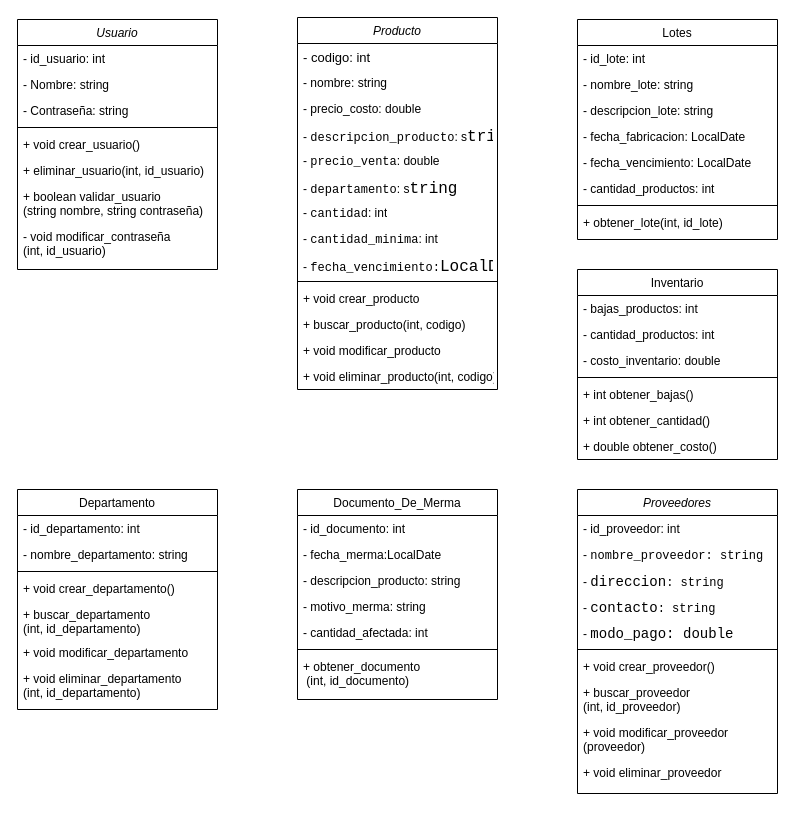
Earlier version of the draw.io diagram Diagrama de clases (Taller mecanico).drawio (JotaMont/evaluacion-validaciones-Front-End). Source tidied: cells renumbered, new cells numbered last; positions are measured from the earlier drawing's top-left corner, leaving out a move shared by most shapes. Both pictures are drawn from the tidied source at 100%, with x=0, y=0 at pixel (17, 17).
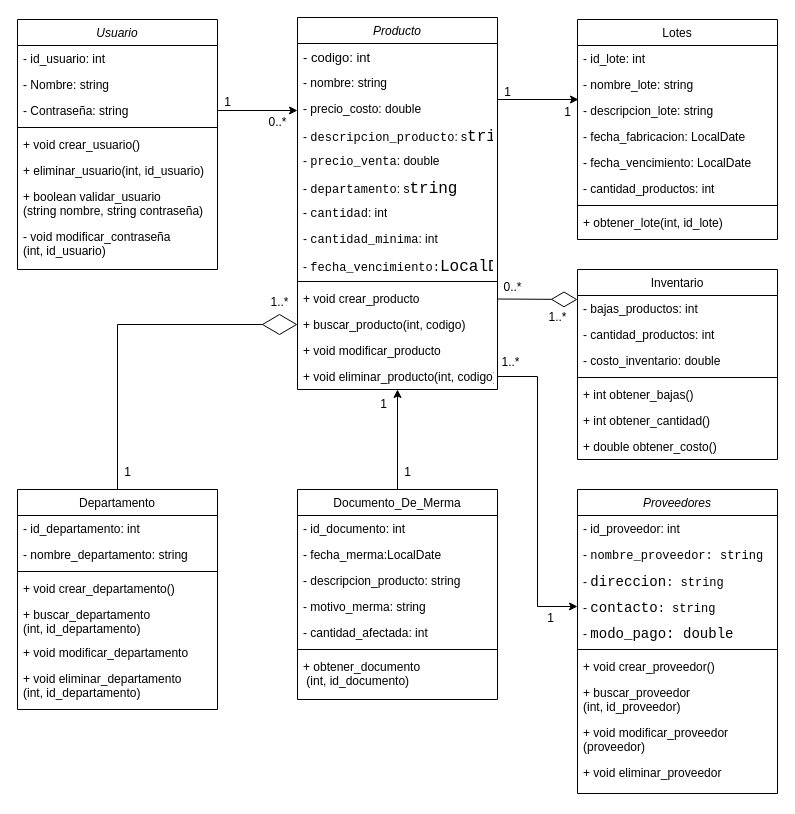
The same page after the edit.

The change refers to these unchanged cells:
```xml
<mxCell id="5" value="- Contraseña: string" style="text;align=left;verticalAlign=top;spacingLeft=4;spacingRight=4;overflow=hidden;points=[[0,0.5],[1,0.5]];portConstraint=eastwest;rounded=0;shadow=0;html=0;" parent="2" vertex="1">
  <mxGeometry y="78" width="200" height="26" as="geometry" />
</mxCell>
<mxCell id="11" value="Documento_De_Merma" style="swimlane;fontStyle=0;align=center;verticalAlign=top;horizontal=1;startSize=26;rounded=0;shadow=0;strokeWidth=1;" parent="1" vertex="1">
  <mxGeometry x="280" y="472" width="200" height="210" as="geometry" />
</mxCell>
<mxCell id="31" value="&lt;span style=&quot;text-wrap-mode: nowrap;&quot;&gt;-&amp;nbsp;&lt;/span&gt;&lt;span style=&quot;font-family: monospace; font-size: 14.04px; text-align: center;&quot;&gt;contacto&lt;/span&gt;&lt;span style=&quot;font-family: monospace; text-align: center;&quot;&gt;: string&lt;/span&gt;" style="text;strokeColor=none;fillColor=none;align=left;verticalAlign=top;spacingLeft=4;spacingRight=4;overflow=hidden;points=[[0,0.5],[1,0.5]];portConstraint=eastwest;whiteSpace=wrap;html=1;" parent="27" vertex="1">
  <mxGeometry y="104" width="200" height="26" as="geometry" />
</mxCell>
<mxCell id="38" value="Producto" style="swimlane;fontStyle=2;align=center;verticalAlign=top;horizontal=1;startSize=26;rounded=0;shadow=0;strokeWidth=1;" parent="1" vertex="1">
  <mxGeometry x="280" width="200" height="372" as="geometry" />
</mxCell>
<mxCell id="50" value="+ buscar_producto(int, codigo)" style="text;align=left;verticalAlign=top;spacingLeft=4;spacingRight=4;overflow=hidden;points=[[0,0.5],[1,0.5]];portConstraint=eastwest;" parent="38" vertex="1">
  <mxGeometry y="294" width="200" height="26" as="geometry" />
</mxCell>
<mxCell id="52" value="+ void eliminar_producto(int, codigo)" style="text;align=left;verticalAlign=top;spacingLeft=4;spacingRight=4;overflow=hidden;points=[[0,0.5],[1,0.5]];portConstraint=eastwest;" parent="38" vertex="1">
  <mxGeometry y="346" width="200" height="26" as="geometry" />
</mxCell>
<mxCell id="62" value="Departamento" style="swimlane;fontStyle=0;align=center;verticalAlign=top;horizontal=1;startSize=26;rounded=0;shadow=0;strokeWidth=1;" parent="1" vertex="1">
  <mxGeometry y="472" width="200" height="220" as="geometry" />
</mxCell>
```

What changed in the source:
```diff
@@
+    <mxCell id="70" style="edgeStyle=orthogonalEdgeStyle;rounded=0;jettySize=auto;html=1;exitX=0.5;exitY=0;exitDx=0;exitDy=0;entryX=0.5;entryY=1;entryDx=0;entryDy=0;" parent="1" edge="1" source="11" target="38">
+      <mxGeometry relative="1" as="geometry" />
+    </mxCell>
@@
+    <mxCell id="71" style="edgeStyle=orthogonalEdgeStyle;rounded=0;jettySize=auto;html=1;exitX=0.5;exitY=0;exitDx=0;exitDy=0;entryX=0;entryY=0.5;entryDx=0;entryDy=0;endArrow=diamondThin;endFill=0;jumpSize=7;startSize=6;endSize=33;strokeWidth=1;sourcePerimeterSpacing=0;" parent="1" edge="1" source="62" target="50">
+      <mxGeometry relative="1" as="geometry" />
+    </mxCell>
@@
+    <mxCell id="72" style="rounded=0;jettySize=auto;html=1;exitX=1;exitY=0.5;exitDx=0;exitDy=0;" parent="1" edge="1" source="5">
+      <mxGeometry relative="1" as="geometry">
+        <mxPoint x="280" y="93" as="targetPoint" />
+      </mxGeometry>
+    </mxCell>
+    <mxCell id="73" value="1" style="text;html=1;align=center;verticalAlign=middle;strokeColor=none;fillColor=none;" parent="1" vertex="1">
+      <mxGeometry x="195" y="70" width="30" height="30" as="geometry" />
+    </mxCell>
+    <mxCell id="74" value="0..*" style="text;html=1;align=center;verticalAlign=middle;strokeColor=none;fillColor=none;" parent="1" vertex="1">
+      <mxGeometry x="240" y="90" width="40" height="30" as="geometry" />
+    </mxCell>
+    <mxCell id="75" style="rounded=0;orthogonalLoop=1;jettySize=auto;html=1;" parent="1" edge="1">
+      <mxGeometry relative="1" as="geometry">
+        <mxPoint x="480" y="82" as="sourcePoint" />
+        <mxPoint x="561" y="82" as="targetPoint" />
+      </mxGeometry>
+    </mxCell>
+    <mxCell id="76" value="1" style="text;html=1;align=center;verticalAlign=middle;strokeColor=none;fillColor=none;" parent="1" vertex="1">
+      <mxGeometry x="475" y="60" width="30" height="30" as="geometry" />
+    </mxCell>
+    <mxCell id="77" value="1" style="text;html=1;align=center;verticalAlign=middle;strokeColor=none;fillColor=none;" parent="1" vertex="1">
+      <mxGeometry x="535" y="80" width="30" height="30" as="geometry" />
+    </mxCell>
+    <mxCell id="78" style="rounded=0;orthogonalLoop=1;jettySize=auto;html=1;exitX=1.001;exitY=0.864;exitDx=0;exitDy=0;exitPerimeter=0;endArrow=diamondThin;endFill=0;targetPerimeterSpacing=0;sourcePerimeterSpacing=0;endSize=24;" parent="1" edge="1">
+      <mxGeometry relative="1" as="geometry">
+        <mxPoint x="480.2" y="281.5" as="sourcePoint" />
+        <mxPoint x="560" y="282" as="targetPoint" />
+      </mxGeometry>
+    </mxCell>
+    <mxCell id="79" value="0..*" style="text;html=1;align=center;verticalAlign=middle;strokeColor=none;fillColor=none;" parent="1" vertex="1">
+      <mxGeometry x="475" y="255" width="40" height="30" as="geometry" />
+    </mxCell>
+    <mxCell id="80" value="1..*" style="text;html=1;align=center;verticalAlign=middle;strokeColor=none;fillColor=none;" parent="1" vertex="1">
+      <mxGeometry x="520" y="285" width="40" height="30" as="geometry" />
+    </mxCell>
+    <mxCell id="81" style="edgeStyle=orthogonalEdgeStyle;rounded=0;jettySize=auto;html=1;exitX=1;exitY=0.5;exitDx=0;exitDy=0;entryX=0;entryY=0.5;entryDx=0;entryDy=0;" parent="1" edge="1" source="52" target="31">
+      <mxGeometry relative="1" as="geometry" />
+    </mxCell>
+    <mxCell id="82" value="1..*" style="text;html=1;align=center;verticalAlign=middle;strokeColor=none;fillColor=none;" parent="1" vertex="1">
+      <mxGeometry x="473" y="330" width="40" height="30" as="geometry" />
+    </mxCell>
+    <mxCell id="83" value="1" style="text;html=1;align=center;verticalAlign=middle;strokeColor=none;fillColor=none;" parent="1" vertex="1">
+      <mxGeometry x="518" y="586" width="30" height="30" as="geometry" />
+    </mxCell>
+    <mxCell id="84" value="1" style="text;html=1;align=center;verticalAlign=middle;strokeColor=none;fillColor=none;" parent="1" vertex="1">
+      <mxGeometry x="375" y="440" width="30" height="30" as="geometry" />
+    </mxCell>
+    <mxCell id="85" value="1" style="text;html=1;align=center;verticalAlign=middle;strokeColor=none;fillColor=none;" parent="1" vertex="1">
+      <mxGeometry x="351" y="372" width="30" height="30" as="geometry" />
+    </mxCell>
+    <mxCell id="86" value="1" style="text;html=1;align=center;verticalAlign=middle;strokeColor=none;fillColor=none;" parent="1" vertex="1">
+      <mxGeometry x="95" y="440" width="30" height="30" as="geometry" />
+    </mxCell>
+    <mxCell id="87" value="1..*" style="text;html=1;align=center;verticalAlign=middle;strokeColor=none;fillColor=none;" parent="1" vertex="1">
+      <mxGeometry x="242" y="270" width="40" height="30" as="geometry" />
+    </mxCell>
```
